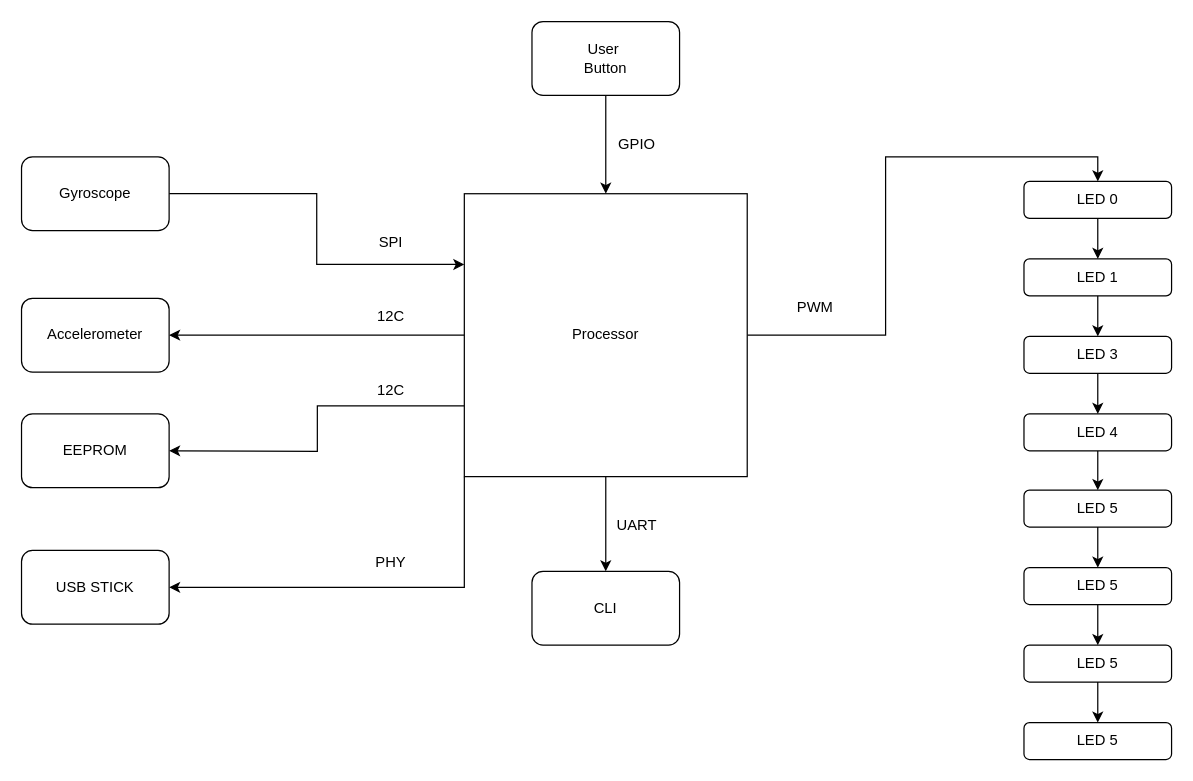
Before: page "Hardware Block" (1 of 4) of homework_week_6/Assets/Final_project.drawio in error404notfound/making-embedded-systems-homework, a draw.io diagram. Source tidied: cells renumbered, new cells numbered last; positions are measured from the earlier drawing's top-left corner, leaving out a move shared by most shapes. Both pictures are drawn from the tidied source at 123%, with x=0, y=0 at pixel (21, 21).
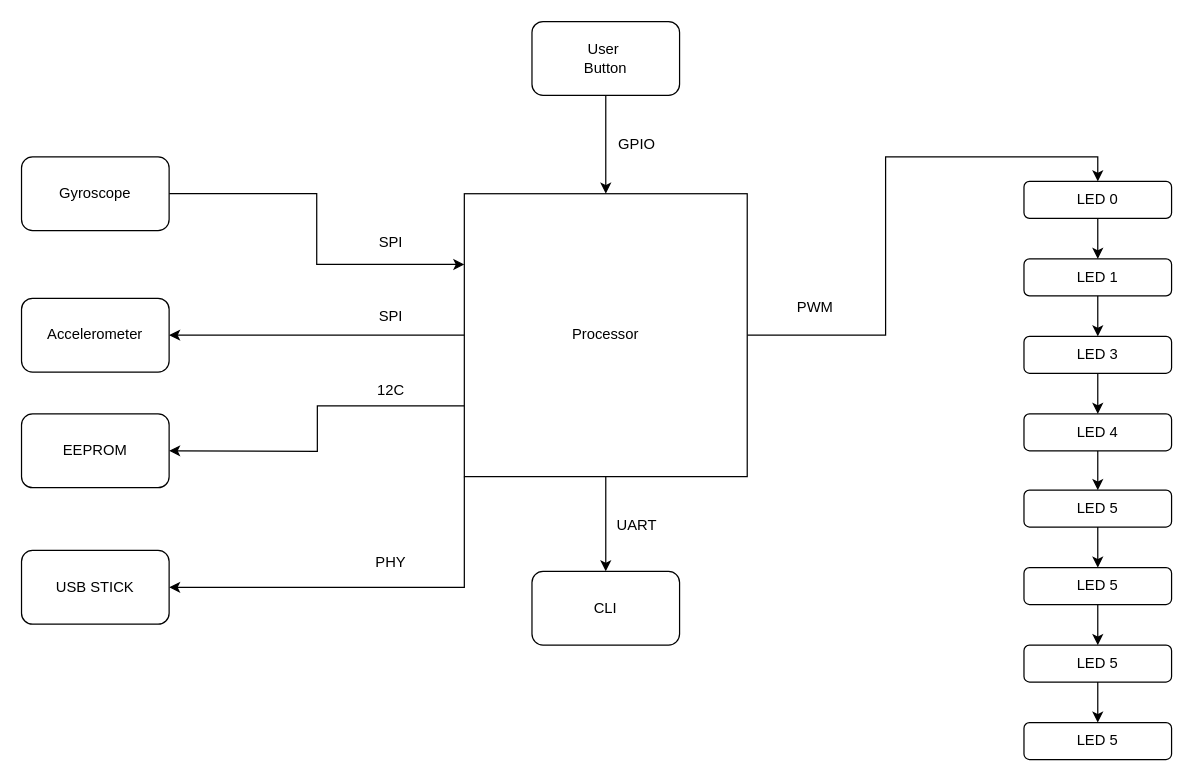
The same page after the edit.

The edit, as a diff of the source:
```diff
@@
-    <mxCell id="35" value="12C" style="text;html=1;align=center;verticalAlign=middle;fillColor=none;strokeColor=none;rounded=0;" parent="1" vertex="1">
-      <mxGeometry x="280" y="230" width="40" height="20" as="geometry" />
+    <mxCell id="35" value="SPI" style="text;html=1;align=center;verticalAlign=middle;fillColor=none;strokeColor=none;rounded=0;" parent="1" vertex="1">
+      <mxGeometry x="285" y="230" width="30" height="20" as="geometry" />
     </mxCell>
```
